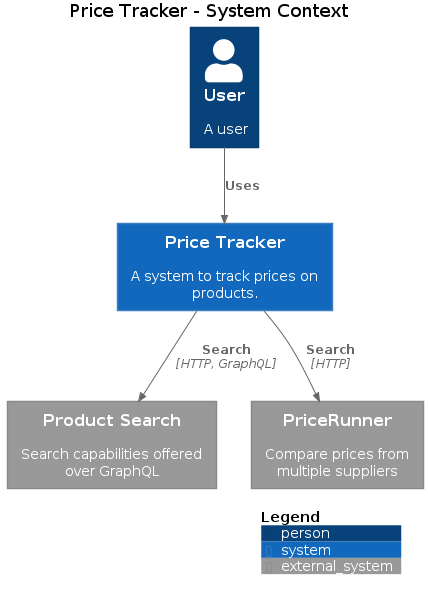
Above: images/structurizr-PriceTracker-SystemContext.png in extenda/structurizr-to-png (PlantUML), before the change.
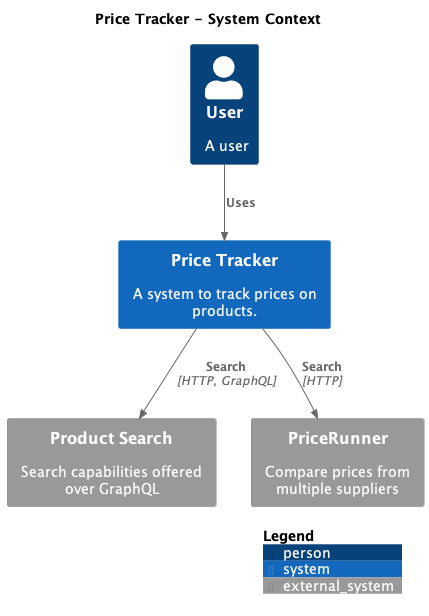
The same file after the commit.

Commit message:
fix: Filter non structurizr images in preview (#27)

The edit, as a diff of the source:
```diff
@@ -3,17 +3,17 @@
 
 top to bottom direction
 
-!includeurl https://raw.githubusercontent.com/plantuml-stdlib/C4-PlantUML/master/C4.puml
-!includeurl https://raw.githubusercontent.com/plantuml-stdlib/C4-PlantUML/master/C4_Context.puml
+!include https://raw.githubusercontent.com/plantuml-stdlib/C4-PlantUML/master/C4.puml
+!include https://raw.githubusercontent.com/plantuml-stdlib/C4-PlantUML/master/C4_Context.puml
 
-Person(User, "User", "A user")
-System_Ext(ProductSearch, "Product Search", "Search capabilities offered over GraphQL")
-System_Ext(PriceRunner, "PriceRunner", "Compare prices from multiple suppliers")
-System(PriceTracker, "Price Tracker", "A system to track prices on products.")
+Person(User, "User", "A user", $tags="")
+System_Ext(ProductSearch, "Product Search", "Search capabilities offered over GraphQL", $tags="")
+System_Ext(PriceRunner, "PriceRunner", "Compare prices from multiple suppliers", $tags="")
+System(PriceTracker, "Price Tracker", "A system to track prices on products.", $tags="")
 
-Rel_D(User, PriceTracker, "Uses")
-Rel_D(PriceTracker, ProductSearch, "Search", "HTTP, GraphQL")
-Rel_D(PriceTracker, PriceRunner, "Search", "HTTP")
+Rel_D(User, PriceTracker, "Uses", $tags="")
+Rel_D(PriceTracker, ProductSearch, "Search", "HTTP, GraphQL", $tags="")
+Rel_D(PriceTracker, PriceRunner, "Search", "HTTP", $tags="")
 
 SHOW_DYNAMIC_LEGEND()
 @enduml
```
